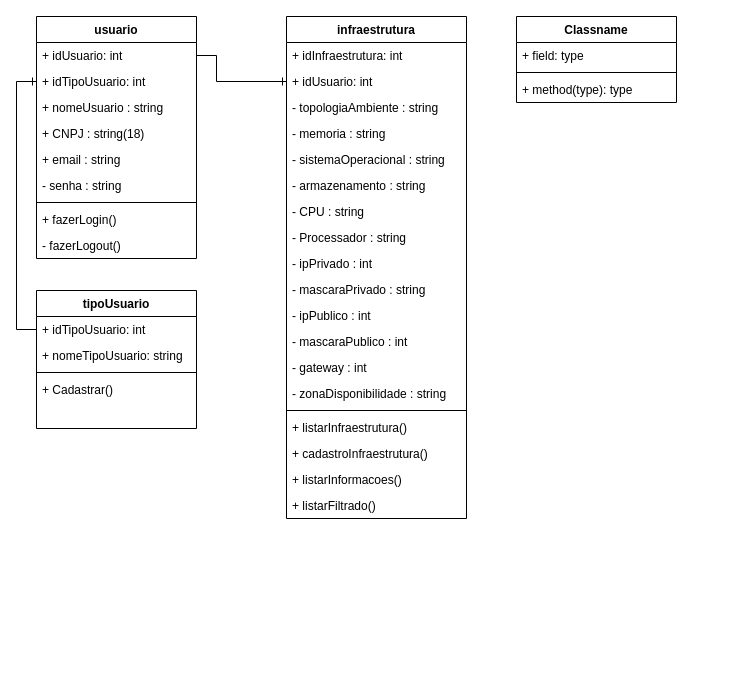
The draw.io diagram page "Classe (em andamento)" (3 of 3) of BD/Modelagem/Modelagem.drawio in Angelogvr/Projeto_Final_Darede, before the edit. Source tidied: cells renumbered, new cells numbered last; positions are measured from the earlier drawing's top-left corner, leaving out a move shared by most shapes. Both pictures are drawn from the tidied source at 100%, with x=0, y=0 at pixel (36, 16).
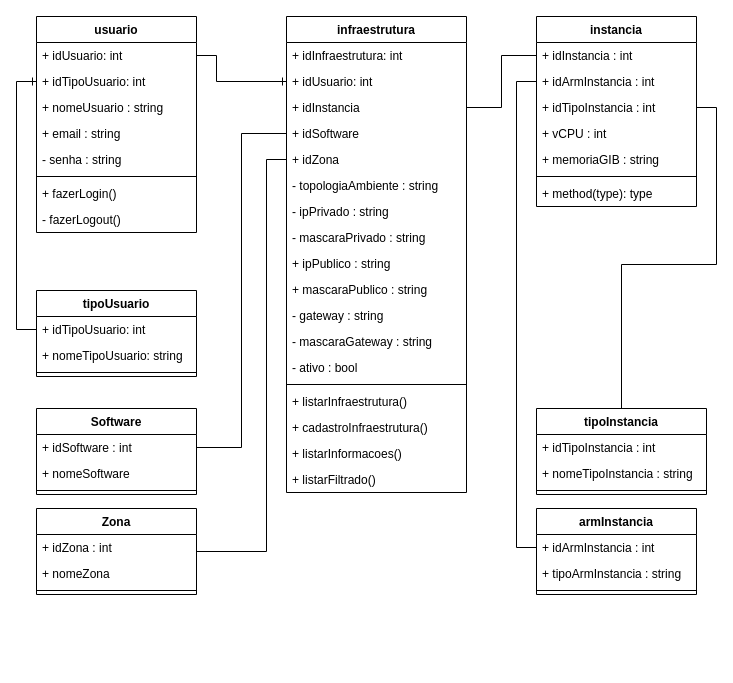
After the change.

Change to the diagram source:
```diff
@@
     <mxCell id="2" value="usuario" style="swimlane;fontStyle=1;align=center;verticalAlign=top;horizontal=1;startSize=26;" parent="1" vertex="1">
-      <mxGeometry width="160" height="242" as="geometry" />
+      <mxGeometry width="160" height="216" as="geometry" />
     </mxCell>
@@
-    <mxCell id="6" value="+ CNPJ : string(18)" style="text;strokeColor=none;fillColor=none;align=left;verticalAlign=top;spacingLeft=4;spacingRight=4;overflow=hidden;" parent="2" vertex="1">
-      <mxGeometry y="104" width="160" height="26" as="geometry" />
-    </mxCell>
     <mxCell id="7" value="+ email : string" style="text;strokeColor=none;fillColor=none;align=left;verticalAlign=top;spacingLeft=4;spacingRight=4;overflow=hidden;" parent="2" vertex="1">
-      <mxGeometry y="130" width="160" height="26" as="geometry" />
+      <mxGeometry y="104" width="160" height="26" as="geometry" />
     </mxCell>
     <mxCell id="8" value="- senha : string" style="text;strokeColor=none;fillColor=none;align=left;verticalAlign=top;spacingLeft=4;spacingRight=4;overflow=hidden;" parent="2" vertex="1">
-      <mxGeometry y="156" width="160" height="26" as="geometry" />
+      <mxGeometry y="130" width="160" height="26" as="geometry" />
     </mxCell>
     <mxCell id="9" style="line;strokeWidth=1;fillColor=none;align=left;verticalAlign=middle;spacingTop=-1;spacingLeft=3;spacingRight=3;labelPosition=right;" parent="2" vertex="1">
-      <mxGeometry y="182" width="160" height="8" as="geometry" />
+      <mxGeometry y="156" width="160" height="8" as="geometry" />
     </mxCell>
     <mxCell id="10" value="+ fazerLogin()" style="text;strokeColor=none;fillColor=none;align=left;verticalAlign=top;spacingLeft=4;spacingRight=4;overflow=hidden;" parent="2" vertex="1">
-      <mxGeometry y="190" width="160" height="26" as="geometry" />
+      <mxGeometry y="164" width="160" height="26" as="geometry" />
     </mxCell>
     <mxCell id="11" value="- fazerLogout()" style="text;strokeColor=none;fillColor=none;align=left;verticalAlign=top;spacingLeft=4;spacingRight=4;overflow=hidden;" parent="2" vertex="1">
-      <mxGeometry y="216" width="160" height="26" as="geometry" />
+      <mxGeometry y="190" width="160" height="26" as="geometry" />
     </mxCell>
     <mxCell id="12" value="tipoUsuario" style="swimlane;fontStyle=1;align=center;verticalAlign=top;horizontal=1;startSize=26;" parent="1" vertex="1">
-      <mxGeometry y="274" width="160" height="138" as="geometry" />
+      <mxGeometry y="274" width="160" height="86" as="geometry" />
     </mxCell>
@@
-    <mxCell id="16" value="+ Cadastrar()" style="text;strokeColor=none;fillColor=none;align=left;verticalAlign=top;spacingLeft=4;spacingRight=4;overflow=hidden;" parent="12" vertex="1">
-      <mxGeometry y="86" width="160" height="26" as="geometry" />
-    </mxCell>
-    <mxCell id="17" style="text;strokeColor=none;fillColor=none;align=left;verticalAlign=top;spacingLeft=4;spacingRight=4;overflow=hidden;" parent="12" vertex="1">
-      <mxGeometry y="112" width="160" height="26" as="geometry" />
-    </mxCell>
     <mxCell id="18" value="infraestrutura" style="swimlane;fontStyle=1;align=center;verticalAlign=top;horizontal=1;startSize=26;" parent="1" vertex="1">
-      <mxGeometry x="250" width="180" height="502" as="geometry" />
+      <mxGeometry x="250" width="180" height="476" as="geometry" />
     </mxCell>
@@
+    <mxCell id="56" value="+ idInstancia" style="text;strokeColor=none;fillColor=none;align=left;verticalAlign=top;spacingLeft=4;spacingRight=4;overflow=hidden;points=[[0,0.5],[1,0.5]];portConstraint=eastwest;" parent="18" vertex="1">
+      <mxGeometry y="78" width="180" height="26" as="geometry" />
+    </mxCell>
+    <mxCell id="57" value="+ idSoftware" style="text;strokeColor=none;fillColor=none;align=left;verticalAlign=top;spacingLeft=4;spacingRight=4;overflow=hidden;points=[[0,0.5],[1,0.5]];portConstraint=eastwest;" parent="18" vertex="1">
+      <mxGeometry y="104" width="180" height="26" as="geometry" />
+    </mxCell>
+    <mxCell id="58" value="+ idZona" style="text;strokeColor=none;fillColor=none;align=left;verticalAlign=top;spacingLeft=4;spacingRight=4;overflow=hidden;points=[[0,0.5],[1,0.5]];portConstraint=eastwest;" parent="18" vertex="1">
+      <mxGeometry y="130" width="180" height="26" as="geometry" />
+    </mxCell>
     <mxCell id="21" value="- topologiaAmbiente : string" style="text;strokeColor=none;fillColor=none;align=left;verticalAlign=top;spacingLeft=4;spacingRight=4;overflow=hidden;" parent="18" vertex="1">
-      <mxGeometry y="78" width="180" height="26" as="geometry" />
+      <mxGeometry y="156" width="180" height="26" as="geometry" />
     </mxCell>
-    <mxCell id="22" value="- memoria : string" style="text;strokeColor=none;fillColor=none;align=left;verticalAlign=top;spacingLeft=4;spacingRight=4;overflow=hidden;" parent="18" vertex="1">
-      <mxGeometry y="104" width="180" height="26" as="geometry" />
-    </mxCell>
-    <mxCell id="23" value="- sistemaOperacional : string" style="text;strokeColor=none;fillColor=none;align=left;verticalAlign=top;spacingLeft=4;spacingRight=4;overflow=hidden;" parent="18" vertex="1">
-      <mxGeometry y="130" width="180" height="26" as="geometry" />
-    </mxCell>
-    <mxCell id="24" value="- armazenamento : string" style="text;strokeColor=none;fillColor=none;align=left;verticalAlign=top;spacingLeft=4;spacingRight=4;overflow=hidden;" parent="18" vertex="1">
-      <mxGeometry y="156" width="180" height="26" as="geometry" />
-    </mxCell>
-    <mxCell id="25" value="- CPU : string" style="text;strokeColor=none;fillColor=none;align=left;verticalAlign=top;spacingLeft=4;spacingRight=4;overflow=hidden;" parent="18" vertex="1">
-      <mxGeometry y="182" width="180" height="26" as="geometry" />
-    </mxCell>
-    <mxCell id="26" value="- Processador : string" style="text;strokeColor=none;fillColor=none;align=left;verticalAlign=top;spacingLeft=4;spacingRight=4;overflow=hidden;" parent="18" vertex="1">
-      <mxGeometry y="208" width="180" height="26" as="geometry" />
-    </mxCell>
-    <mxCell id="27" value="- ipPrivado : int" style="text;strokeColor=none;fillColor=none;align=left;verticalAlign=top;spacingLeft=4;spacingRight=4;overflow=hidden;" parent="18" vertex="1">
-      <mxGeometry y="234" width="180" height="26" as="geometry" />
+    <mxCell id="27" value="- ipPrivado : string" style="text;strokeColor=none;fillColor=none;align=left;verticalAlign=top;spacingLeft=4;spacingRight=4;overflow=hidden;" parent="18" vertex="1">
+      <mxGeometry y="182" width="180" height="26" as="geometry" />
     </mxCell>
     <mxCell id="28" value="- mascaraPrivado : string" style="text;strokeColor=none;fillColor=none;align=left;verticalAlign=top;spacingLeft=4;spacingRight=4;overflow=hidden;" parent="18" vertex="1">
-      <mxGeometry y="260" width="180" height="26" as="geometry" />
+      <mxGeometry y="208" width="180" height="26" as="geometry" />
     </mxCell>
-    <mxCell id="29" value="- ipPublico : int" style="text;strokeColor=none;fillColor=none;align=left;verticalAlign=top;spacingLeft=4;spacingRight=4;overflow=hidden;" parent="18" vertex="1">
-      <mxGeometry y="286" width="180" height="26" as="geometry" />
+    <mxCell id="29" value="+ ipPublico : string" style="text;strokeColor=none;fillColor=none;align=left;verticalAlign=top;spacingLeft=4;spacingRight=4;overflow=hidden;" parent="18" vertex="1">
+      <mxGeometry y="234" width="180" height="26" as="geometry" />
     </mxCell>
-    <mxCell id="30" value="- mascaraPublico : int" style="text;strokeColor=none;fillColor=none;align=left;verticalAlign=top;spacingLeft=4;spacingRight=4;overflow=hidden;" parent="18" vertex="1">
-      <mxGeometry y="312" width="180" height="26" as="geometry" />
+    <mxCell id="30" value="+ mascaraPublico : string" style="text;strokeColor=none;fillColor=none;align=left;verticalAlign=top;spacingLeft=4;spacingRight=4;overflow=hidden;" parent="18" vertex="1">
+      <mxGeometry y="260" width="180" height="26" as="geometry" />
     </mxCell>
-    <mxCell id="31" value="- gateway : int" style="text;strokeColor=none;fillColor=none;align=left;verticalAlign=top;spacingLeft=4;spacingRight=4;overflow=hidden;" parent="18" vertex="1">
-      <mxGeometry y="338" width="180" height="26" as="geometry" />
+    <mxCell id="31" value="- gateway : string" style="text;strokeColor=none;fillColor=none;align=left;verticalAlign=top;spacingLeft=4;spacingRight=4;overflow=hidden;" parent="18" vertex="1">
+      <mxGeometry y="286" width="180" height="26" as="geometry" />
     </mxCell>
-    <mxCell id="32" value="- zonaDisponibilidade : string" style="text;strokeColor=none;fillColor=none;align=left;verticalAlign=top;spacingLeft=4;spacingRight=4;overflow=hidden;" parent="18" vertex="1">
-      <mxGeometry y="364" width="180" height="26" as="geometry" />
-    </mxCell>
+    <mxCell id="59" value="- mascaraGateway : string" style="text;strokeColor=none;fillColor=none;align=left;verticalAlign=top;spacingLeft=4;spacingRight=4;overflow=hidden;" parent="18" vertex="1">
+      <mxGeometry y="312" width="180" height="26" as="geometry" />
+    </mxCell>
+    <mxCell id="60" value="- ativo : bool" style="text;strokeColor=none;fillColor=none;align=left;verticalAlign=top;spacingLeft=4;spacingRight=4;overflow=hidden;" parent="18" vertex="1">
+      <mxGeometry y="338" width="180" height="26" as="geometry" />
+    </mxCell>
     <mxCell id="33" style="line;strokeWidth=1;fillColor=none;align=left;verticalAlign=middle;spacingTop=-1;spacingLeft=3;spacingRight=3;labelPosition=right;" parent="18" vertex="1">
-      <mxGeometry y="390" width="180" height="8" as="geometry" />
+      <mxGeometry y="364" width="180" height="8" as="geometry" />
     </mxCell>
     <mxCell id="34" value="+ listarInfraestrutura()" style="text;strokeColor=none;fillColor=none;align=left;verticalAlign=top;spacingLeft=4;spacingRight=4;overflow=hidden;" parent="18" vertex="1">
-      <mxGeometry y="398" width="180" height="26" as="geometry" />
+      <mxGeometry y="372" width="180" height="26" as="geometry" />
     </mxCell>
     <mxCell id="35" value="+ cadastroInfraestrutura()" style="text;strokeColor=none;fillColor=none;align=left;verticalAlign=top;spacingLeft=4;spacingRight=4;overflow=hidden;" parent="18" vertex="1">
-      <mxGeometry y="424" width="180" height="26" as="geometry" />
+      <mxGeometry y="398" width="180" height="26" as="geometry" />
     </mxCell>
     <mxCell id="36" value="+ listarInformacoes()" style="text;strokeColor=none;fillColor=none;align=left;verticalAlign=top;spacingLeft=4;spacingRight=4;overflow=hidden;" parent="18" vertex="1">
-      <mxGeometry y="450" width="180" height="26" as="geometry" />
+      <mxGeometry y="424" width="180" height="26" as="geometry" />
     </mxCell>
     <mxCell id="37" value="+ listarFiltrado()" style="text;strokeColor=none;fillColor=none;align=left;verticalAlign=top;spacingLeft=4;spacingRight=4;overflow=hidden;" parent="18" vertex="1">
-      <mxGeometry y="476" width="180" height="26" as="geometry" />
+      <mxGeometry y="450" width="180" height="26" as="geometry" />
     </mxCell>
@@
-    <mxCell id="40" style="shape=partialRectangle;fillColor=none;top=0;left=0;bottom=0;right=0;align=left;spacingLeft=6;overflow=hidden;" parent="1" vertex="1">
-      <mxGeometry x="40" y="350" width="166" height="30" as="geometry" />
-    </mxCell>
@@
-    <mxCell id="42" style="shape=partialRectangle;fillColor=none;top=0;left=0;bottom=0;right=0;align=left;spacingLeft=6;overflow=hidden;" parent="1" vertex="1">
-      <mxGeometry x="40" y="410" width="166" height="30" as="geometry" />
-    </mxCell>
@@
-    <mxCell id="52" value="Classname" style="swimlane;fontStyle=1;align=center;verticalAlign=top;horizontal=1;startSize=26;" parent="1" vertex="1">
-      <mxGeometry x="480" width="160" height="86" as="geometry" />
+    <mxCell id="52" value="Software" style="swimlane;fontStyle=1;align=center;verticalAlign=top;horizontal=1;startSize=26;" parent="1" vertex="1">
+      <mxGeometry y="392" width="160" height="86" as="geometry" />
     </mxCell>
-    <mxCell id="53" value="+ field: type" style="text;strokeColor=none;fillColor=none;align=left;verticalAlign=top;spacingLeft=4;spacingRight=4;overflow=hidden;points=[[0,0.5],[1,0.5]];portConstraint=eastwest;" parent="52" vertex="1">
+    <mxCell id="53" value="+ idSoftware : int" style="text;strokeColor=none;fillColor=none;align=left;verticalAlign=top;spacingLeft=4;spacingRight=4;overflow=hidden;points=[[0,0.5],[1,0.5]];portConstraint=eastwest;" parent="52" vertex="1">
       <mxGeometry y="26" width="160" height="26" as="geometry" />
     </mxCell>
+    <mxCell id="61" value="+ nomeSoftware" style="text;strokeColor=none;fillColor=none;align=left;verticalAlign=top;spacingLeft=4;spacingRight=4;overflow=hidden;" parent="52" vertex="1">
+      <mxGeometry y="52" width="160" height="26" as="geometry" />
+    </mxCell>
     <mxCell id="54" style="line;strokeWidth=1;fillColor=none;align=left;verticalAlign=middle;spacingTop=-1;spacingLeft=3;spacingRight=3;labelPosition=right;" parent="52" vertex="1">
-      <mxGeometry y="52" width="160" height="8" as="geometry" />
+      <mxGeometry y="78" width="160" height="8" as="geometry" />
     </mxCell>
+    <mxCell id="62" style="edgeStyle=orthogonalEdgeStyle;rounded=0;jettySize=auto;html=1;entryX=0;entryY=0.5;entryDx=0;entryDy=0;endArrow=none;endFill=0;" parent="1" edge="1" source="63" target="58">
+      <mxGeometry relative="1" as="geometry">
+        <Array as="points">
+          <mxPoint x="230" y="535" />
+          <mxPoint x="230" y="143" />
+        </Array>
+      </mxGeometry>
+    </mxCell>
+    <mxCell id="63" value="Zona" style="swimlane;fontStyle=1;align=center;verticalAlign=top;horizontal=1;startSize=26;" parent="1" vertex="1">
+      <mxGeometry y="492" width="160" height="86" as="geometry" />
+    </mxCell>
+    <mxCell id="64" value="+ idZona : int" style="text;strokeColor=none;fillColor=none;align=left;verticalAlign=top;spacingLeft=4;spacingRight=4;overflow=hidden;" parent="63" vertex="1">
+      <mxGeometry y="26" width="160" height="26" as="geometry" />
+    </mxCell>
+    <mxCell id="65" value="+ nomeZona" style="text;strokeColor=none;fillColor=none;align=left;verticalAlign=top;spacingLeft=4;spacingRight=4;overflow=hidden;" parent="63" vertex="1">
+      <mxGeometry y="52" width="160" height="26" as="geometry" />
+    </mxCell>
+    <mxCell id="66" style="line;strokeWidth=1;fillColor=none;align=left;verticalAlign=middle;spacingTop=-1;spacingLeft=3;spacingRight=3;labelPosition=right;" parent="63" vertex="1">
+      <mxGeometry y="78" width="160" height="8" as="geometry" />
+    </mxCell>
+    <mxCell id="67" style="edgeStyle=orthogonalEdgeStyle;rounded=0;jettySize=auto;html=1;entryX=1;entryY=0.5;entryDx=0;entryDy=0;endArrow=none;endFill=0;" parent="1" edge="1" source="68" target="79">
+      <mxGeometry relative="1" as="geometry" />
+    </mxCell>
+    <mxCell id="68" value="tipoInstancia" style="swimlane;fontStyle=1;align=center;verticalAlign=top;horizontal=1;startSize=26;" parent="1" vertex="1">
+      <mxGeometry x="500" y="392" width="170" height="86" as="geometry" />
+    </mxCell>
+    <mxCell id="69" value="+ idTipoInstancia : int" style="text;strokeColor=none;fillColor=none;align=left;verticalAlign=top;spacingLeft=4;spacingRight=4;overflow=hidden;" parent="68" vertex="1">
+      <mxGeometry y="26" width="170" height="26" as="geometry" />
+    </mxCell>
+    <mxCell id="70" value="+ nomeTipoInstancia : string" style="text;strokeColor=none;fillColor=none;align=left;verticalAlign=top;spacingLeft=4;spacingRight=4;overflow=hidden;" parent="68" vertex="1">
+      <mxGeometry y="52" width="170" height="26" as="geometry" />
+    </mxCell>
+    <mxCell id="71" style="line;strokeWidth=1;fillColor=none;align=left;verticalAlign=middle;spacingTop=-1;spacingLeft=3;spacingRight=3;labelPosition=right;" parent="68" vertex="1">
+      <mxGeometry y="78" width="170" height="8" as="geometry" />
+    </mxCell>
+    <mxCell id="72" value="armInstancia" style="swimlane;fontStyle=1;align=center;verticalAlign=top;horizontal=1;startSize=26;" parent="1" vertex="1">
+      <mxGeometry x="500" y="492" width="160" height="86" as="geometry" />
+    </mxCell>
+    <mxCell id="73" value="+ idArmInstancia : int" style="text;strokeColor=none;fillColor=none;align=left;verticalAlign=top;spacingLeft=4;spacingRight=4;overflow=hidden;points=[[0,0.5],[1,0.5]];portConstraint=eastwest;" parent="72" vertex="1">
+      <mxGeometry y="26" width="160" height="26" as="geometry" />
+    </mxCell>
+    <mxCell id="74" value="+ tipoArmInstancia : string" style="text;strokeColor=none;fillColor=none;align=left;verticalAlign=top;spacingLeft=4;spacingRight=4;overflow=hidden;" parent="72" vertex="1">
+      <mxGeometry y="52" width="160" height="26" as="geometry" />
+    </mxCell>
+    <mxCell id="75" style="line;strokeWidth=1;fillColor=none;align=left;verticalAlign=middle;spacingTop=-1;spacingLeft=3;spacingRight=3;labelPosition=right;" parent="72" vertex="1">
+      <mxGeometry y="78" width="160" height="8" as="geometry" />
+    </mxCell>
+    <mxCell id="76" value="instancia" style="swimlane;fontStyle=1;align=center;verticalAlign=top;horizontal=1;startSize=26;" parent="1" vertex="1">
+      <mxGeometry x="500" width="160" height="190" as="geometry" />
+    </mxCell>
+    <mxCell id="77" value="+ idInstancia : int" style="text;strokeColor=none;fillColor=none;align=left;verticalAlign=top;spacingLeft=4;spacingRight=4;overflow=hidden;points=[[0,0.5],[1,0.5]];portConstraint=eastwest;" parent="76" vertex="1">
+      <mxGeometry y="26" width="160" height="26" as="geometry" />
+    </mxCell>
+    <mxCell id="78" value="+ idArmInstancia : int" style="text;strokeColor=none;fillColor=none;align=left;verticalAlign=top;spacingLeft=4;spacingRight=4;overflow=hidden;points=[[0,0.5],[1,0.5]];portConstraint=eastwest;" parent="76" vertex="1">
+      <mxGeometry y="52" width="160" height="26" as="geometry" />
+    </mxCell>
+    <mxCell id="79" value="+ idTipoInstancia : int" style="text;strokeColor=none;fillColor=none;align=left;verticalAlign=top;spacingLeft=4;spacingRight=4;overflow=hidden;points=[[0,0.5],[1,0.5]];portConstraint=eastwest;" parent="76" vertex="1">
+      <mxGeometry y="78" width="160" height="26" as="geometry" />
+    </mxCell>
+    <mxCell id="80" value="+ vCPU : int" style="text;strokeColor=none;fillColor=none;align=left;verticalAlign=top;spacingLeft=4;spacingRight=4;overflow=hidden;" parent="76" vertex="1">
+      <mxGeometry y="104" width="160" height="26" as="geometry" />
+    </mxCell>
+    <mxCell id="81" value="+ memoriaGIB : string" style="text;strokeColor=none;fillColor=none;align=left;verticalAlign=top;spacingLeft=4;spacingRight=4;overflow=hidden;" parent="76" vertex="1">
+      <mxGeometry y="130" width="160" height="26" as="geometry" />
+    </mxCell>
+    <mxCell id="82" style="line;strokeWidth=1;fillColor=none;align=left;verticalAlign=middle;spacingTop=-1;spacingLeft=3;spacingRight=3;labelPosition=right;" parent="76" vertex="1">
+      <mxGeometry y="156" width="160" height="8" as="geometry" />
+    </mxCell>
-    <mxCell id="55" value="+ method(type): type" style="text;strokeColor=none;fillColor=none;align=left;verticalAlign=top;spacingLeft=4;spacingRight=4;overflow=hidden;" parent="52" vertex="1">
-      <mxGeometry y="60" width="160" height="26" as="geometry" />
+    <mxCell id="55" value="+ method(type): type" style="text;strokeColor=none;fillColor=none;align=left;verticalAlign=top;spacingLeft=4;spacingRight=4;overflow=hidden;" parent="76" vertex="1">
+      <mxGeometry y="164" width="160" height="26" as="geometry" />
     </mxCell>
+    <mxCell id="83" style="edgeStyle=orthogonalEdgeStyle;rounded=0;jettySize=auto;html=1;entryX=0;entryY=0.5;entryDx=0;entryDy=0;endArrow=none;endFill=0;" parent="1" edge="1" source="73" target="78">
+      <mxGeometry relative="1" as="geometry" />
+    </mxCell>
+    <mxCell id="84" style="edgeStyle=orthogonalEdgeStyle;rounded=0;jettySize=auto;html=1;entryX=1;entryY=0.5;entryDx=0;entryDy=0;endArrow=none;endFill=0;" parent="1" edge="1" source="77" target="56">
+      <mxGeometry relative="1" as="geometry" />
+    </mxCell>
+    <mxCell id="85" style="edgeStyle=orthogonalEdgeStyle;rounded=0;jettySize=auto;html=1;entryX=0;entryY=0.5;entryDx=0;entryDy=0;endArrow=none;endFill=0;" parent="1" edge="1" source="53" target="57">
+      <mxGeometry relative="1" as="geometry" />
+    </mxCell>
```
